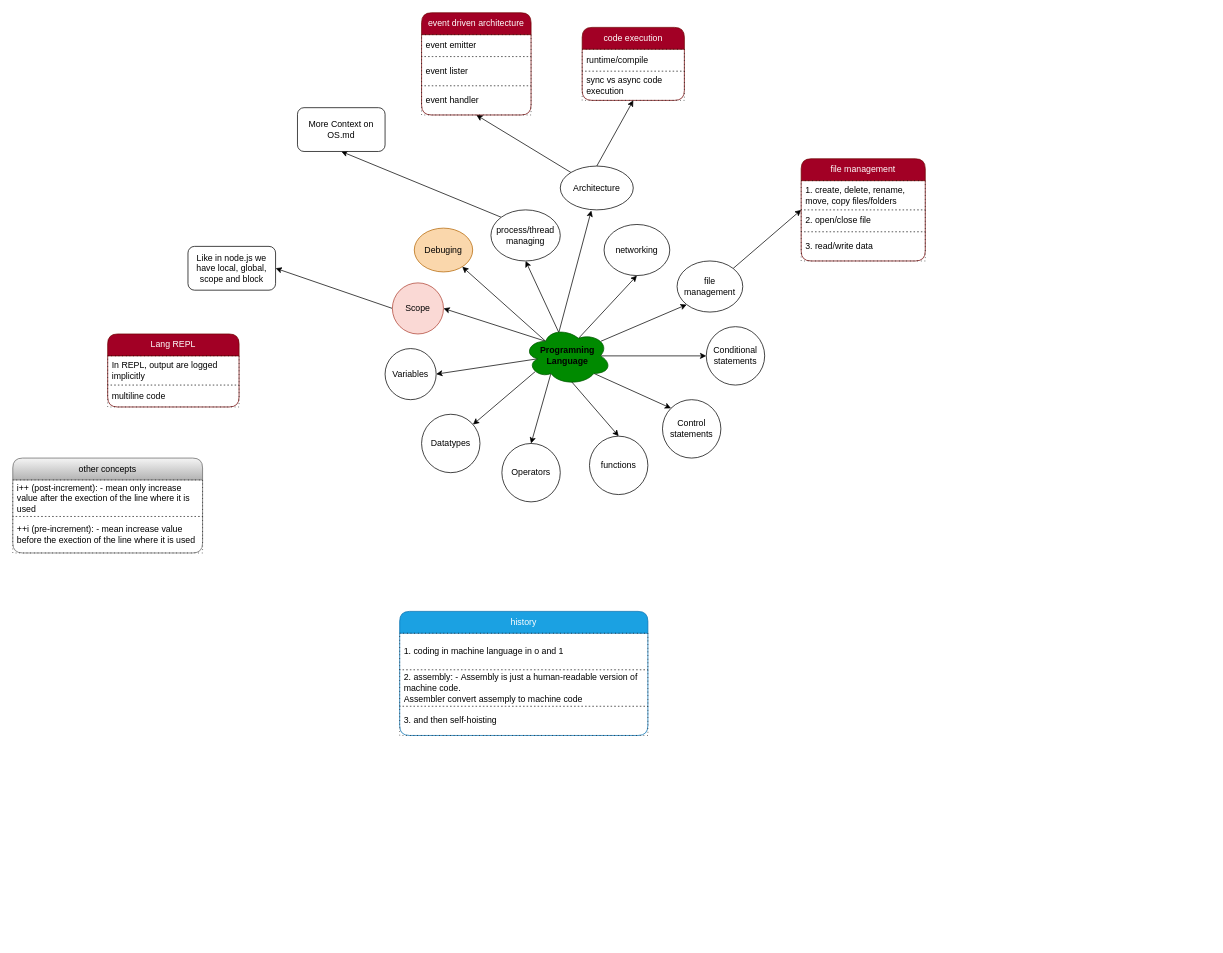
knpvt5/Programming-Concepts keeps this draw.io diagram as programming-langs/pl.dio. Above is the earlier version. Source tidied: cells renumbered, new cells numbered last; positions are measured from the earlier drawing's top-left corner, leaving out a move shared by most shapes. Both pictures are drawn from the tidied source at 73%, with x=0, y=0 at pixel (12, 12).
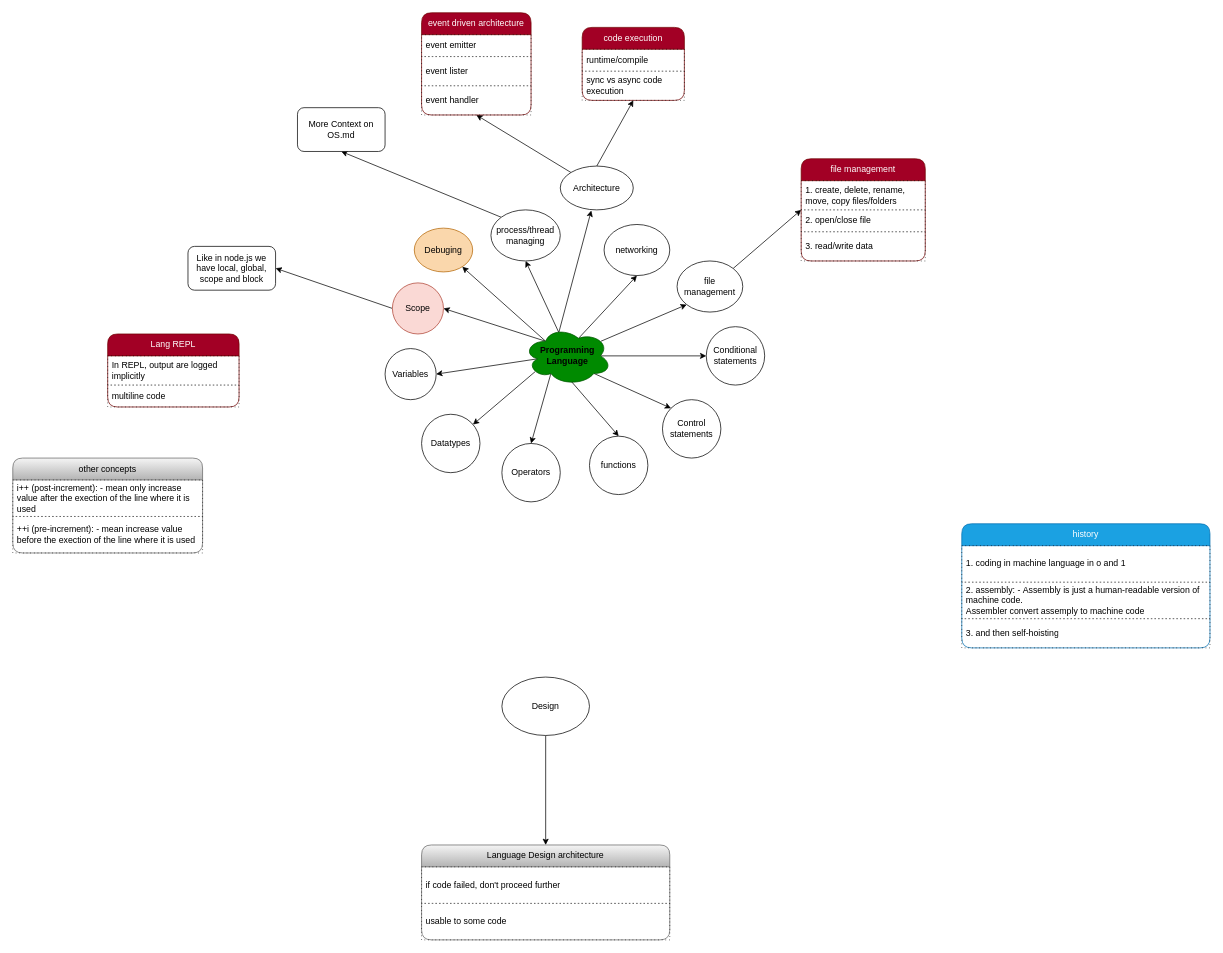
After the change.

Diff of the diagram source:
```diff
@@
+    <mxCell id="55" value="Language Design architecture" style="swimlane;fontStyle=0;horizontal=1;startSize=30;whiteSpace=wrap;html=1;rounded=1;fillColor=#f5f5f5;strokeColor=#666666;gradientColor=#b3b3b3;" parent="1" vertex="1">
+      <mxGeometry x="560" y="1140" width="340" height="130" as="geometry" />
+    </mxCell>
+    <mxCell id="56" value="if code failed, don't proceed further" style="text;strokeColor=default;fillColor=none;align=left;verticalAlign=middle;spacingLeft=4;spacingRight=4;overflow=hidden;whiteSpace=wrap;html=1;dashed=1;dashPattern=1 4;" parent="55" vertex="1">
+      <mxGeometry y="30" width="340" height="50" as="geometry" />
+    </mxCell>
+    <mxCell id="57" value="usable to some code" style="text;strokeColor=default;fillColor=none;align=left;verticalAlign=middle;spacingLeft=4;spacingRight=4;overflow=hidden;whiteSpace=wrap;html=1;dashed=1;dashPattern=1 4;" parent="55" vertex="1">
+      <mxGeometry y="80" width="340" height="50" as="geometry" />
+    </mxCell>
     <mxCell id="41" value="history" style="swimlane;fontStyle=0;horizontal=1;startSize=30;whiteSpace=wrap;html=1;rounded=1;fillColor=#1ba1e2;strokeColor=#006EAF;fontColor=#ffffff;" parent="1" vertex="1">
-      <mxGeometry x="530" y="820" width="340" height="170" as="geometry" />
+      <mxGeometry x="1300" y="700" width="340" height="170" as="geometry" />
     </mxCell>
@@
+    <mxCell id="58" style="edgeStyle=none;html=1;exitX=0.5;exitY=1;exitDx=0;exitDy=0;" parent="1" edge="1" source="59" target="55">
+      <mxGeometry relative="1" as="geometry" />
+    </mxCell>
+    <mxCell id="59" value="Design" style="ellipse;whiteSpace=wrap;html=1;" parent="1" vertex="1">
+      <mxGeometry x="670" y="910" width="120" height="80" as="geometry" />
+    </mxCell>
```
